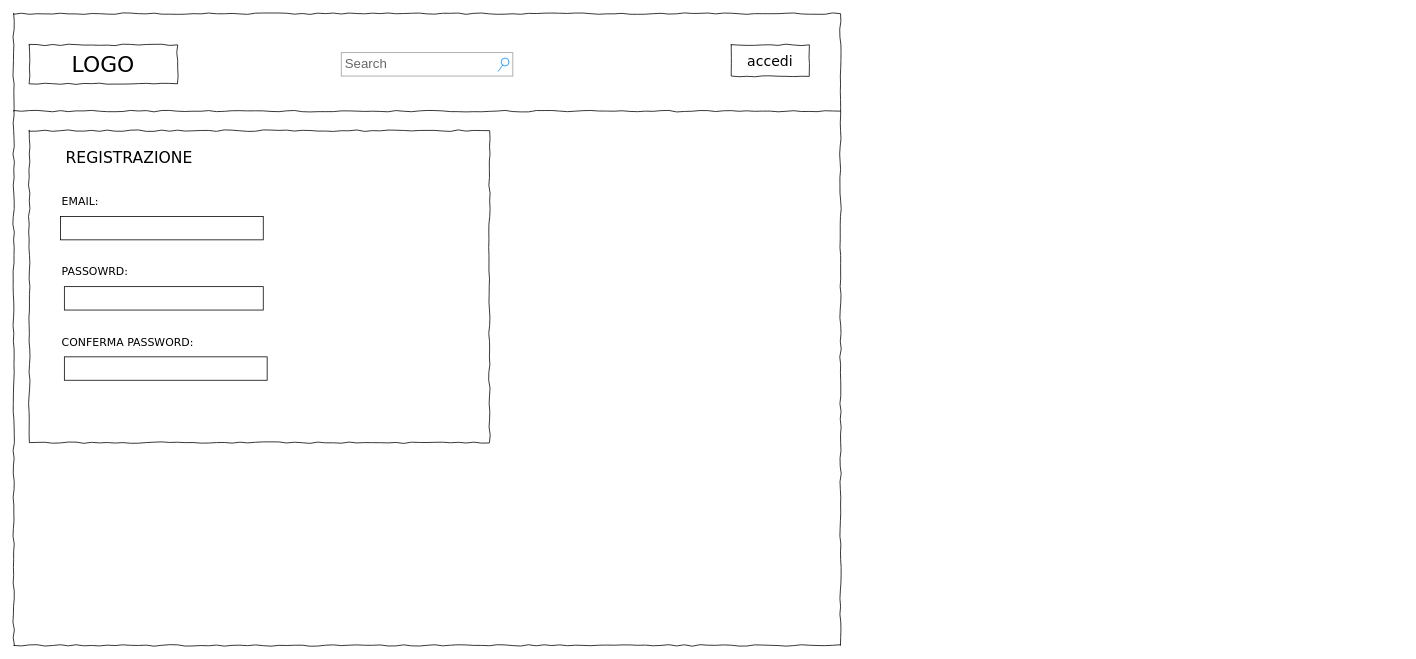
Above: Documenti/Registrazione_Mockup.drawio in IlSelva/ProgettoIS (draw.io), before the change. Source tidied: cells renumbered, new cells numbered last; positions are measured from the earlier drawing's top-left corner, leaving out a move shared by most shapes. Both pictures are drawn from the tidied source at 78%, with x=0, y=0 at pixel (13, 13).
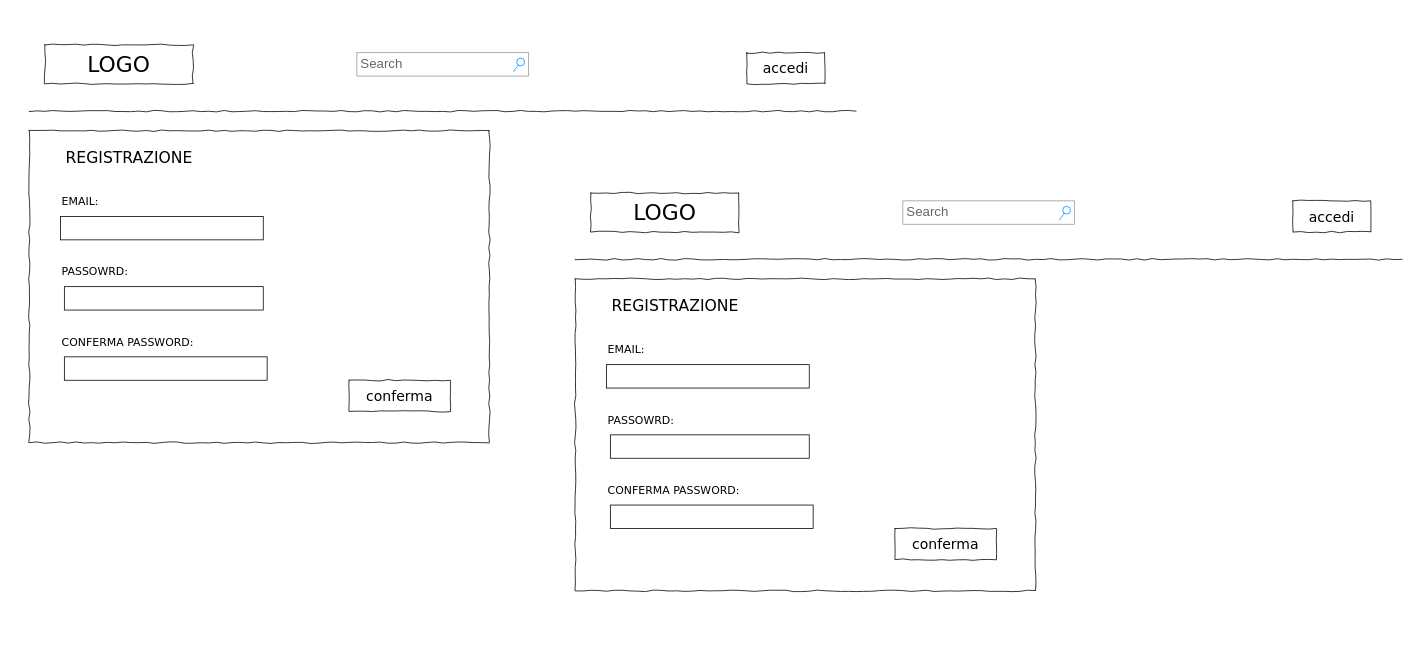
After the change.

Change to the diagram source:
```diff
@@
-    <mxCell id="2" style="whiteSpace=wrap;html=1;rounded=0;shadow=0;labelBackgroundColor=none;strokeColor=#000000;strokeWidth=1;fillColor=none;fontFamily=Verdana;fontSize=12;fontColor=#000000;align=center;comic=1;" parent="1" vertex="1">
-      <mxGeometry width="1060" height="810" as="geometry" />
-    </mxCell>
     <mxCell id="3" value="LOGO" style="whiteSpace=wrap;html=1;rounded=0;shadow=0;labelBackgroundColor=none;strokeWidth=1;fontFamily=Verdana;fontSize=28;align=center;comic=1;" parent="1" vertex="1">
-      <mxGeometry x="20" y="40" width="190" height="50" as="geometry" />
+      <mxGeometry x="40" y="40" width="190" height="50" as="geometry" />
     </mxCell>
@@
     <mxCell id="5" style="line;strokeWidth=1;html=1;rounded=0;shadow=0;labelBackgroundColor=none;fillColor=none;fontFamily=Verdana;fontSize=14;fontColor=#000000;align=center;comic=1;" parent="1" vertex="1">
-      <mxGeometry y="120" width="1060" height="10" as="geometry" />
+      <mxGeometry x="20" y="120" width="1060" height="10" as="geometry" />
     </mxCell>
@@
     <mxCell id="10" value="accedi" style="whiteSpace=wrap;html=1;rounded=0;shadow=0;labelBackgroundColor=none;strokeWidth=1;fontFamily=Verdana;fontSize=18;align=center;comic=1;" parent="1" vertex="1">
-      <mxGeometry x="920" y="40" width="100" height="40" as="geometry" />
+      <mxGeometry x="940" y="50" width="100" height="40" as="geometry" />
     </mxCell>
     <mxCell id="11" value="Search" style="strokeWidth=1;shadow=0;dashed=0;align=center;html=1;shape=mxgraph.mockup.forms.searchBox;strokeColor=#999999;mainText=;strokeColor2=#008cff;fontColor=#666666;fontSize=17;align=left;spacingLeft=3;rounded=0;labelBackgroundColor=none;comic=1;" parent="1" vertex="1">
-      <mxGeometry x="420" y="50" width="220" height="30" as="geometry" />
+      <mxGeometry x="440" y="50" width="220" height="30" as="geometry" />
     </mxCell>
@@
+    <mxCell id="15" value="conferma" style="whiteSpace=wrap;html=1;rounded=0;shadow=0;labelBackgroundColor=none;strokeWidth=1;fontFamily=Verdana;fontSize=18;align=center;comic=1;" parent="1" vertex="1">
+      <mxGeometry x="430" y="470" width="130" height="40" as="geometry" />
+    </mxCell>
+    <mxCell id="16" value="LOGO" style="whiteSpace=wrap;html=1;rounded=0;shadow=0;labelBackgroundColor=none;strokeWidth=1;fontFamily=Verdana;fontSize=28;align=center;comic=1;" parent="1" vertex="1">
+      <mxGeometry x="740" y="230" width="190" height="50" as="geometry" />
+    </mxCell>
+    <mxCell id="17" style="whiteSpace=wrap;html=1;rounded=0;shadow=0;labelBackgroundColor=none;strokeWidth=1;fillColor=none;fontFamily=Verdana;fontSize=12;align=center;comic=1;" parent="1" vertex="1">
+      <mxGeometry x="720" y="340" width="590" height="400" as="geometry" />
+    </mxCell>
+    <mxCell id="18" style="line;strokeWidth=1;html=1;rounded=0;shadow=0;labelBackgroundColor=none;fillColor=none;fontFamily=Verdana;fontSize=14;fontColor=#000000;align=center;comic=1;" parent="1" vertex="1">
+      <mxGeometry x="720" y="310" width="1060" height="10" as="geometry" />
+    </mxCell>
+    <mxCell id="19" value="REGISTRAZIONE" style="text;html=1;align=left;verticalAlign=top;spacingTop=-4;fontSize=20;fontFamily=Verdana;" parent="1" vertex="1">
+      <mxGeometry x="765" y="360" width="120" height="30" as="geometry" />
+    </mxCell>
+    <mxCell id="20" value="PASSOWRD:" style="text;html=1;align=left;verticalAlign=top;spacingTop=-4;fontSize=14;fontFamily=Verdana;" parent="1" vertex="1">
+      <mxGeometry x="760" y="510" width="170" height="20" as="geometry" />
+    </mxCell>
+    <mxCell id="21" value="CONFERMA PASSWORD:" style="text;html=1;align=left;verticalAlign=top;spacingTop=-4;fontSize=14;fontFamily=Verdana;" parent="1" vertex="1">
+      <mxGeometry x="760" y="600" width="170" height="20" as="geometry" />
+    </mxCell>
+    <mxCell id="22" value="EMAIL:&amp;nbsp;&lt;br&gt;" style="text;html=1;align=left;verticalAlign=top;spacingTop=-4;fontSize=14;fontFamily=Verdana;" parent="1" vertex="1">
+      <mxGeometry x="760" y="420" width="170" height="20" as="geometry" />
+    </mxCell>
+    <mxCell id="23" value="accedi" style="whiteSpace=wrap;html=1;rounded=0;shadow=0;labelBackgroundColor=none;strokeWidth=1;fontFamily=Verdana;fontSize=18;align=center;comic=1;" parent="1" vertex="1">
+      <mxGeometry x="1640" y="240" width="100" height="40" as="geometry" />
+    </mxCell>
+    <mxCell id="24" value="Search" style="strokeWidth=1;shadow=0;dashed=0;align=center;html=1;shape=mxgraph.mockup.forms.searchBox;strokeColor=#999999;mainText=;strokeColor2=#008cff;fontColor=#666666;fontSize=17;align=left;spacingLeft=3;rounded=0;labelBackgroundColor=none;comic=1;" parent="1" vertex="1">
+      <mxGeometry x="1140" y="240" width="220" height="30" as="geometry" />
+    </mxCell>
+    <mxCell id="25" style="rounded=0;whiteSpace=wrap;html=1;" parent="1" vertex="1">
+      <mxGeometry x="760" y="450" width="260" height="30" as="geometry" />
+    </mxCell>
+    <mxCell id="26" style="rounded=0;whiteSpace=wrap;html=1;" parent="1" vertex="1">
+      <mxGeometry x="765" y="540" width="255" height="30" as="geometry" />
+    </mxCell>
+    <mxCell id="27" style="rounded=0;whiteSpace=wrap;html=1;" parent="1" vertex="1">
+      <mxGeometry x="765" y="630" width="260" height="30" as="geometry" />
+    </mxCell>
+    <mxCell id="28" value="conferma" style="whiteSpace=wrap;html=1;rounded=0;shadow=0;labelBackgroundColor=none;strokeWidth=1;fontFamily=Verdana;fontSize=18;align=center;comic=1;" parent="1" vertex="1">
+      <mxGeometry x="1130" y="660" width="130" height="40" as="geometry" />
+    </mxCell>
```
